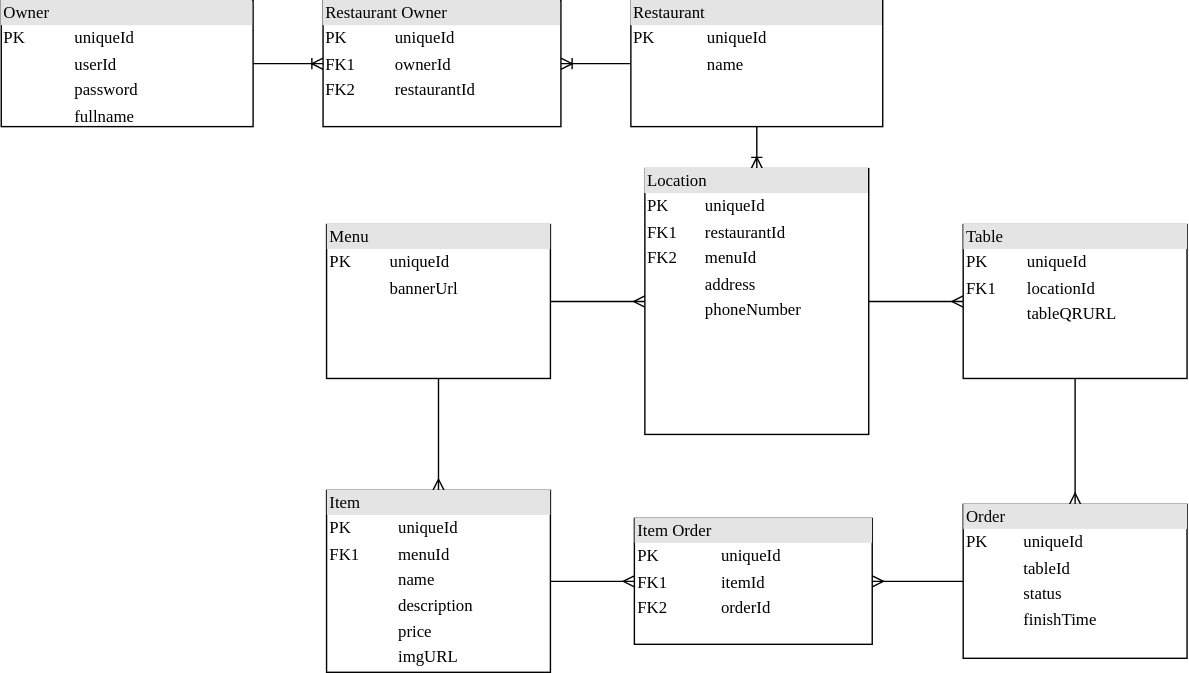
The draw.io diagram server/planning/DB_DIAGRAM.svg in julschong/restaurantMenuQR, before a commit. Source tidied: cells renumbered, new cells last; positions are measured from the earlier drawing's top-left corner, leaving out a move shared by most shapes. Source of this version:
```xml
<mxGraphModel>
  <root>
    <mxCell id="0" />
    <mxCell id="1" parent="0" />
    <mxCell id="2" style="edgeStyle=orthogonalEdgeStyle;rounded=0;jettySize=auto;html=1;entryX=0;entryY=0.5;entryDx=0;entryDy=0;endArrow=ERoneToMany;endFill=0;" parent="1" edge="1" source="3" target="4">
      <mxGeometry relative="1" as="geometry" />
    </mxCell>
    <mxCell id="3" value="&lt;div style=&quot;box-sizing: border-box ; width: 100% ; background: #e4e4e4 ; padding: 2px&quot;&gt;Owner&lt;/div&gt;&lt;table style=&quot;width: 100% ; font-size: 1em&quot; cellpadding=&quot;2&quot; cellspacing=&quot;0&quot;&gt;&lt;tbody&gt;&lt;tr&gt;&lt;td&gt;PK&lt;/td&gt;&lt;td&gt;uniqueId&lt;/td&gt;&lt;/tr&gt;&lt;tr&gt;&lt;td&gt;&lt;/td&gt;&lt;td&gt;userId&lt;br&gt;&lt;/td&gt;&lt;/tr&gt;&lt;tr&gt;&lt;td&gt;&lt;br&gt;&lt;/td&gt;&lt;td&gt;password&lt;br&gt;&lt;/td&gt;&lt;/tr&gt;&lt;tr&gt;&lt;td&gt;&lt;br&gt;&lt;/td&gt;&lt;td&gt;fullname&lt;br&gt;&lt;/td&gt;&lt;/tr&gt;&lt;/tbody&gt;&lt;/table&gt;" style="verticalAlign=top;align=left;overflow=fill;html=1;rounded=0;shadow=0;comic=0;labelBackgroundColor=none;strokeWidth=1;fontFamily=Verdana;fontSize=12;" parent="1" vertex="1">
      <mxGeometry width="180" height="90" as="geometry" />
    </mxCell>
    <mxCell id="4" value="&lt;div style=&quot;box-sizing: border-box ; width: 100% ; background: #e4e4e4 ; padding: 2px&quot;&gt;Restaurant Owner&lt;/div&gt;&lt;table style=&quot;width: 100% ; font-size: 1em&quot; cellpadding=&quot;2&quot; cellspacing=&quot;0&quot;&gt;&lt;tbody&gt;&lt;tr&gt;&lt;td&gt;PK&lt;/td&gt;&lt;td&gt;uniqueId&lt;/td&gt;&lt;/tr&gt;&lt;tr&gt;&lt;td&gt;FK1&lt;/td&gt;&lt;td&gt;ownerId&lt;/td&gt;&lt;/tr&gt;&lt;tr&gt;&lt;td&gt;FK2&lt;/td&gt;&lt;td&gt;restaurantId&lt;/td&gt;&lt;/tr&gt;&lt;/tbody&gt;&lt;/table&gt;" style="verticalAlign=top;align=left;overflow=fill;html=1;rounded=0;shadow=0;comic=0;labelBackgroundColor=none;strokeWidth=1;fontFamily=Verdana;fontSize=12;" parent="1" vertex="1">
      <mxGeometry x="230" width="170" height="90" as="geometry" />
    </mxCell>
    <mxCell id="5" style="edgeStyle=orthogonalEdgeStyle;rounded=0;jettySize=auto;html=1;entryX=1;entryY=0.5;entryDx=0;entryDy=0;endArrow=ERoneToMany;endFill=0;" parent="1" edge="1" source="7" target="4">
      <mxGeometry relative="1" as="geometry" />
    </mxCell>
    <mxCell id="6" style="edgeStyle=orthogonalEdgeStyle;rounded=0;jettySize=auto;html=1;entryX=0.5;entryY=0;entryDx=0;entryDy=0;startArrow=none;startFill=0;endArrow=ERoneToMany;endFill=0;" parent="1" edge="1" source="7" target="10">
      <mxGeometry relative="1" as="geometry" />
    </mxCell>
    <mxCell id="7" value="&lt;div style=&quot;box-sizing: border-box ; width: 100% ; background: #e4e4e4 ; padding: 2px&quot;&gt;Restaurant&lt;/div&gt;&lt;table style=&quot;width: 100% ; font-size: 1em&quot; cellpadding=&quot;2&quot; cellspacing=&quot;0&quot;&gt;&lt;tbody&gt;&lt;tr&gt;&lt;td&gt;PK&lt;/td&gt;&lt;td&gt;uniqueId&lt;/td&gt;&lt;/tr&gt;&lt;tr&gt;&lt;td&gt;&lt;br&gt;&lt;/td&gt;&lt;td&gt;name&lt;/td&gt;&lt;/tr&gt;&lt;/tbody&gt;&lt;/table&gt;" style="verticalAlign=top;align=left;overflow=fill;html=1;rounded=0;shadow=0;comic=0;labelBackgroundColor=none;strokeWidth=1;fontFamily=Verdana;fontSize=12;" parent="1" vertex="1">
      <mxGeometry x="450" width="180" height="90" as="geometry" />
    </mxCell>
    <mxCell id="8" style="edgeStyle=orthogonalEdgeStyle;rounded=0;jettySize=auto;html=1;entryX=1;entryY=0.5;entryDx=0;entryDy=0;startArrow=ERmany;startFill=0;endArrow=none;endFill=0;" parent="1" edge="1" source="10" target="12">
      <mxGeometry relative="1" as="geometry" />
    </mxCell>
    <mxCell id="9" style="edgeStyle=orthogonalEdgeStyle;rounded=0;jettySize=auto;html=1;entryX=0;entryY=0.5;entryDx=0;entryDy=0;startArrow=none;startFill=0;endArrow=ERmany;endFill=0;" parent="1" edge="1" source="10" target="16">
      <mxGeometry relative="1" as="geometry" />
    </mxCell>
    <mxCell id="10" value="&lt;div style=&quot;box-sizing: border-box ; width: 100% ; background: #e4e4e4 ; padding: 2px&quot;&gt;Location&lt;/div&gt;&lt;table style=&quot;width: 100% ; font-size: 1em&quot; cellpadding=&quot;2&quot; cellspacing=&quot;0&quot;&gt;&lt;tbody&gt;&lt;tr&gt;&lt;td&gt;PK&lt;/td&gt;&lt;td&gt;uniqueId&lt;/td&gt;&lt;/tr&gt;&lt;tr&gt;&lt;td&gt;FK1&lt;/td&gt;&lt;td&gt;restaurantId&lt;/td&gt;&lt;/tr&gt;&lt;tr&gt;&lt;td&gt;FK2&lt;/td&gt;&lt;td&gt;menuId&lt;/td&gt;&lt;/tr&gt;&lt;tr&gt;&lt;td&gt;&lt;br&gt;&lt;/td&gt;&lt;td&gt;address&lt;/td&gt;&lt;/tr&gt;&lt;tr&gt;&lt;td&gt;&lt;br&gt;&lt;/td&gt;&lt;td&gt;phoneNumber&lt;/td&gt;&lt;/tr&gt;&lt;/tbody&gt;&lt;/table&gt;" style="verticalAlign=top;align=left;overflow=fill;html=1;rounded=0;shadow=0;comic=0;labelBackgroundColor=none;strokeWidth=1;fontFamily=Verdana;fontSize=12;" parent="1" vertex="1">
      <mxGeometry x="460" y="120" width="160" height="190" as="geometry" />
    </mxCell>
    <mxCell id="11" style="edgeStyle=orthogonalEdgeStyle;rounded=0;jettySize=auto;html=1;endArrow=ERmany;endFill=0;entryX=0.5;entryY=0;entryDx=0;entryDy=0;" parent="1" edge="1" source="12" target="14">
      <mxGeometry relative="1" as="geometry" />
    </mxCell>
    <mxCell id="12" value="&lt;div style=&quot;box-sizing: border-box ; width: 100% ; background: #e4e4e4 ; padding: 2px&quot;&gt;Menu&lt;/div&gt;&lt;table style=&quot;width: 100% ; font-size: 1em&quot; cellpadding=&quot;2&quot; cellspacing=&quot;0&quot;&gt;&lt;tbody&gt;&lt;tr&gt;&lt;td&gt;PK&lt;/td&gt;&lt;td&gt;uniqueId&lt;/td&gt;&lt;/tr&gt;&lt;tr&gt;&lt;td&gt;&lt;br&gt;&lt;/td&gt;&lt;td&gt;bannerUrl&lt;/td&gt;&lt;/tr&gt;&lt;/tbody&gt;&lt;/table&gt;" style="verticalAlign=top;align=left;overflow=fill;html=1;rounded=0;shadow=0;comic=0;labelBackgroundColor=none;strokeWidth=1;fontFamily=Verdana;fontSize=12;" parent="1" vertex="1">
      <mxGeometry x="232.5" y="160" width="160" height="110" as="geometry" />
    </mxCell>
    <mxCell id="13" style="edgeStyle=orthogonalEdgeStyle;rounded=0;jettySize=auto;html=1;entryX=0;entryY=0.5;entryDx=0;entryDy=0;startArrow=none;startFill=0;endArrow=ERmany;endFill=0;" parent="1" edge="1" source="14" target="19">
      <mxGeometry relative="1" as="geometry" />
    </mxCell>
    <mxCell id="14" value="&lt;div style=&quot;box-sizing: border-box ; width: 100% ; background: #e4e4e4 ; padding: 2px&quot;&gt;Item&lt;/div&gt;&lt;table style=&quot;width: 100% ; font-size: 1em&quot; cellpadding=&quot;2&quot; cellspacing=&quot;0&quot;&gt;&lt;tbody&gt;&lt;tr&gt;&lt;td&gt;PK&lt;/td&gt;&lt;td&gt;uniqueId&lt;/td&gt;&lt;/tr&gt;&lt;tr&gt;&lt;td&gt;FK1&lt;/td&gt;&lt;td&gt;menuId&lt;/td&gt;&lt;/tr&gt;&lt;tr&gt;&lt;td&gt;&lt;br&gt;&lt;/td&gt;&lt;td&gt;name&lt;/td&gt;&lt;/tr&gt;&lt;tr&gt;&lt;td&gt;&lt;br&gt;&lt;/td&gt;&lt;td&gt;description&lt;/td&gt;&lt;/tr&gt;&lt;tr&gt;&lt;td&gt;&lt;br&gt;&lt;/td&gt;&lt;td&gt;price&lt;/td&gt;&lt;/tr&gt;&lt;tr&gt;&lt;td&gt;&lt;br&gt;&lt;/td&gt;&lt;td&gt;imgURL&lt;/td&gt;&lt;/tr&gt;&lt;/tbody&gt;&lt;/table&gt;" style="verticalAlign=top;align=left;overflow=fill;html=1;rounded=0;shadow=0;comic=0;labelBackgroundColor=none;strokeWidth=1;fontFamily=Verdana;fontSize=12;" parent="1" vertex="1">
      <mxGeometry x="232.5" y="350" width="160" height="130" as="geometry" />
    </mxCell>
    <mxCell id="15" style="edgeStyle=orthogonalEdgeStyle;rounded=0;jettySize=auto;html=1;entryX=0.5;entryY=0;entryDx=0;entryDy=0;startArrow=none;startFill=0;endArrow=ERmany;endFill=0;" parent="1" edge="1" source="16" target="18">
      <mxGeometry relative="1" as="geometry" />
    </mxCell>
    <mxCell id="16" value="&lt;div style=&quot;box-sizing: border-box ; width: 100% ; background: #e4e4e4 ; padding: 2px&quot;&gt;Table&lt;/div&gt;&lt;table style=&quot;width: 100% ; font-size: 1em&quot; cellpadding=&quot;2&quot; cellspacing=&quot;0&quot;&gt;&lt;tbody&gt;&lt;tr&gt;&lt;td&gt;PK&lt;/td&gt;&lt;td&gt;uniqueId&lt;/td&gt;&lt;/tr&gt;&lt;tr&gt;&lt;td&gt;FK1&lt;/td&gt;&lt;td&gt;locationId&lt;/td&gt;&lt;/tr&gt;&lt;tr&gt;&lt;td&gt;&lt;br&gt;&lt;/td&gt;&lt;td&gt;tableQRURL&lt;/td&gt;&lt;/tr&gt;&lt;/tbody&gt;&lt;/table&gt;" style="verticalAlign=top;align=left;overflow=fill;html=1;rounded=0;shadow=0;comic=0;labelBackgroundColor=none;strokeWidth=1;fontFamily=Verdana;fontSize=12;" parent="1" vertex="1">
      <mxGeometry x="687.5" y="160" width="160" height="110" as="geometry" />
    </mxCell>
    <mxCell id="17" style="edgeStyle=orthogonalEdgeStyle;rounded=0;jettySize=auto;html=1;entryX=1;entryY=0.5;entryDx=0;entryDy=0;startArrow=none;startFill=0;endArrow=ERmany;endFill=0;" parent="1" edge="1" source="18" target="19">
      <mxGeometry relative="1" as="geometry" />
    </mxCell>
    <mxCell id="18" value="&lt;div style=&quot;box-sizing: border-box ; width: 100% ; background: #e4e4e4 ; padding: 2px&quot;&gt;Order&lt;/div&gt;&lt;table style=&quot;width: 100% ; font-size: 1em&quot; cellpadding=&quot;2&quot; cellspacing=&quot;0&quot;&gt;&lt;tbody&gt;&lt;tr&gt;&lt;td&gt;PK&lt;/td&gt;&lt;td&gt;uniqueId&lt;/td&gt;&lt;/tr&gt;&lt;tr&gt;&lt;td&gt;&lt;br&gt;&lt;/td&gt;&lt;td&gt;tableId&lt;/td&gt;&lt;/tr&gt;&lt;tr&gt;&lt;td&gt;&lt;br&gt;&lt;/td&gt;&lt;td&gt;status&lt;/td&gt;&lt;/tr&gt;&lt;tr&gt;&lt;td&gt;&lt;br&gt;&lt;/td&gt;&lt;td&gt;finishTime&lt;/td&gt;&lt;/tr&gt;&lt;/tbody&gt;&lt;/table&gt;" style="verticalAlign=top;align=left;overflow=fill;html=1;rounded=0;shadow=0;comic=0;labelBackgroundColor=none;strokeWidth=1;fontFamily=Verdana;fontSize=12;" parent="1" vertex="1">
      <mxGeometry x="687.5" y="360" width="160" height="110" as="geometry" />
    </mxCell>
    <mxCell id="19" value="&lt;div style=&quot;box-sizing: border-box ; width: 100% ; background: #e4e4e4 ; padding: 2px&quot;&gt;Item Order&lt;/div&gt;&lt;table style=&quot;width: 100% ; font-size: 1em&quot; cellpadding=&quot;2&quot; cellspacing=&quot;0&quot;&gt;&lt;tbody&gt;&lt;tr&gt;&lt;td&gt;PK&lt;/td&gt;&lt;td&gt;uniqueId&lt;/td&gt;&lt;/tr&gt;&lt;tr&gt;&lt;td&gt;FK1&lt;/td&gt;&lt;td&gt;itemId&lt;/td&gt;&lt;/tr&gt;&lt;tr&gt;&lt;td&gt;FK2&lt;/td&gt;&lt;td&gt;orderId&lt;/td&gt;&lt;/tr&gt;&lt;/tbody&gt;&lt;/table&gt;" style="verticalAlign=top;align=left;overflow=fill;html=1;rounded=0;shadow=0;comic=0;labelBackgroundColor=none;strokeWidth=1;fontFamily=Verdana;fontSize=12;" parent="1" vertex="1">
      <mxGeometry x="452.5" y="370" width="170" height="90" as="geometry" />
    </mxCell>
  </root>
</mxGraphModel>
```
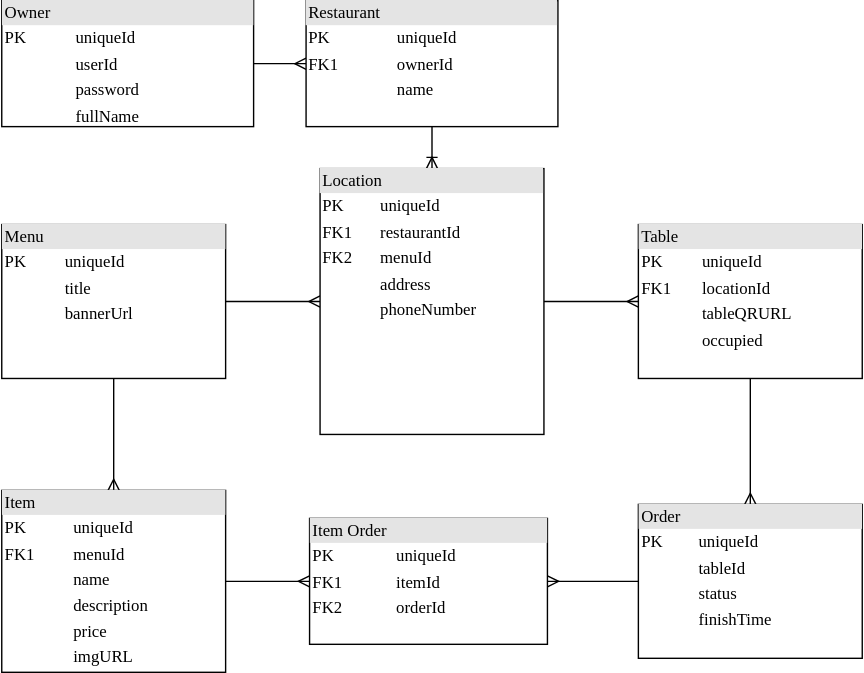
Above is the later version.

Diff of the diagram source:
```diff
@@ -2,22 +2,16 @@
   <root>
     <mxCell id="0" />
     <mxCell id="1" parent="0" />
-    <mxCell id="2" style="edgeStyle=orthogonalEdgeStyle;rounded=0;jettySize=auto;html=1;entryX=0;entryY=0.5;entryDx=0;entryDy=0;endArrow=ERoneToMany;endFill=0;" parent="1" edge="1" source="3" target="4">
+    <mxCell id="2" style="edgeStyle=orthogonalEdgeStyle;rounded=0;jettySize=auto;html=1;entryX=0;entryY=0.5;entryDx=0;entryDy=0;endArrow=ERmany;endFill=0;" parent="1" edge="1" source="3" target="7">
       <mxGeometry relative="1" as="geometry" />
     </mxCell>
-    <mxCell id="3" value="&lt;div style=&quot;box-sizing: border-box ; width: 100% ; background: #e4e4e4 ; padding: 2px&quot;&gt;Owner&lt;/div&gt;&lt;table style=&quot;width: 100% ; font-size: 1em&quot; cellpadding=&quot;2&quot; cellspacing=&quot;0&quot;&gt;&lt;tbody&gt;&lt;tr&gt;&lt;td&gt;PK&lt;/td&gt;&lt;td&gt;uniqueId&lt;/td&gt;&lt;/tr&gt;&lt;tr&gt;&lt;td&gt;&lt;/td&gt;&lt;td&gt;userId&lt;br&gt;&lt;/td&gt;&lt;/tr&gt;&lt;tr&gt;&lt;td&gt;&lt;br&gt;&lt;/td&gt;&lt;td&gt;password&lt;br&gt;&lt;/td&gt;&lt;/tr&gt;&lt;tr&gt;&lt;td&gt;&lt;br&gt;&lt;/td&gt;&lt;td&gt;fullname&lt;br&gt;&lt;/td&gt;&lt;/tr&gt;&lt;/tbody&gt;&lt;/table&gt;" style="verticalAlign=top;align=left;overflow=fill;html=1;rounded=0;shadow=0;comic=0;labelBackgroundColor=none;strokeWidth=1;fontFamily=Verdana;fontSize=12;" parent="1" vertex="1">
-      <mxGeometry width="180" height="90" as="geometry" />
+    <mxCell id="3" value="&lt;div style=&quot;box-sizing: border-box ; width: 100% ; background: #e4e4e4 ; padding: 2px&quot;&gt;Owner&lt;/div&gt;&lt;table style=&quot;width: 100% ; font-size: 1em&quot; cellpadding=&quot;2&quot; cellspacing=&quot;0&quot;&gt;&lt;tbody&gt;&lt;tr&gt;&lt;td&gt;PK&lt;/td&gt;&lt;td&gt;uniqueId&lt;/td&gt;&lt;/tr&gt;&lt;tr&gt;&lt;td&gt;&lt;/td&gt;&lt;td&gt;userId&lt;br&gt;&lt;/td&gt;&lt;/tr&gt;&lt;tr&gt;&lt;td&gt;&lt;br&gt;&lt;/td&gt;&lt;td&gt;password&lt;br&gt;&lt;/td&gt;&lt;/tr&gt;&lt;tr&gt;&lt;td&gt;&lt;br&gt;&lt;/td&gt;&lt;td&gt;fullName&lt;br&gt;&lt;/td&gt;&lt;/tr&gt;&lt;/tbody&gt;&lt;/table&gt;" style="verticalAlign=top;align=left;overflow=fill;html=1;rounded=0;shadow=0;comic=0;labelBackgroundColor=none;strokeWidth=1;fontFamily=Verdana;fontSize=12;" parent="1" vertex="1">
+      <mxGeometry x="232.5" width="180" height="90" as="geometry" />
     </mxCell>
-    <mxCell id="4" value="&lt;div style=&quot;box-sizing: border-box ; width: 100% ; background: #e4e4e4 ; padding: 2px&quot;&gt;Restaurant Owner&lt;/div&gt;&lt;table style=&quot;width: 100% ; font-size: 1em&quot; cellpadding=&quot;2&quot; cellspacing=&quot;0&quot;&gt;&lt;tbody&gt;&lt;tr&gt;&lt;td&gt;PK&lt;/td&gt;&lt;td&gt;uniqueId&lt;/td&gt;&lt;/tr&gt;&lt;tr&gt;&lt;td&gt;FK1&lt;/td&gt;&lt;td&gt;ownerId&lt;/td&gt;&lt;/tr&gt;&lt;tr&gt;&lt;td&gt;FK2&lt;/td&gt;&lt;td&gt;restaurantId&lt;/td&gt;&lt;/tr&gt;&lt;/tbody&gt;&lt;/table&gt;" style="verticalAlign=top;align=left;overflow=fill;html=1;rounded=0;shadow=0;comic=0;labelBackgroundColor=none;strokeWidth=1;fontFamily=Verdana;fontSize=12;" parent="1" vertex="1">
-      <mxGeometry x="230" width="170" height="90" as="geometry" />
-    </mxCell>
-    <mxCell id="5" style="edgeStyle=orthogonalEdgeStyle;rounded=0;jettySize=auto;html=1;entryX=1;entryY=0.5;entryDx=0;entryDy=0;endArrow=ERoneToMany;endFill=0;" parent="1" edge="1" source="7" target="4">
-      <mxGeometry relative="1" as="geometry" />
-    </mxCell>
     <mxCell id="6" style="edgeStyle=orthogonalEdgeStyle;rounded=0;jettySize=auto;html=1;entryX=0.5;entryY=0;entryDx=0;entryDy=0;startArrow=none;startFill=0;endArrow=ERoneToMany;endFill=0;" parent="1" edge="1" source="7" target="10">
       <mxGeometry relative="1" as="geometry" />
     </mxCell>
-    <mxCell id="7" value="&lt;div style=&quot;box-sizing: border-box ; width: 100% ; background: #e4e4e4 ; padding: 2px&quot;&gt;Restaurant&lt;/div&gt;&lt;table style=&quot;width: 100% ; font-size: 1em&quot; cellpadding=&quot;2&quot; cellspacing=&quot;0&quot;&gt;&lt;tbody&gt;&lt;tr&gt;&lt;td&gt;PK&lt;/td&gt;&lt;td&gt;uniqueId&lt;/td&gt;&lt;/tr&gt;&lt;tr&gt;&lt;td&gt;&lt;br&gt;&lt;/td&gt;&lt;td&gt;name&lt;/td&gt;&lt;/tr&gt;&lt;/tbody&gt;&lt;/table&gt;" style="verticalAlign=top;align=left;overflow=fill;html=1;rounded=0;shadow=0;comic=0;labelBackgroundColor=none;strokeWidth=1;fontFamily=Verdana;fontSize=12;" parent="1" vertex="1">
+    <mxCell id="7" value="&lt;div style=&quot;box-sizing: border-box ; width: 100% ; background: #e4e4e4 ; padding: 2px&quot;&gt;Restaurant&lt;/div&gt;&lt;table style=&quot;width: 100% ; font-size: 1em&quot; cellpadding=&quot;2&quot; cellspacing=&quot;0&quot;&gt;&lt;tbody&gt;&lt;tr&gt;&lt;td&gt;PK&lt;/td&gt;&lt;td&gt;uniqueId&lt;/td&gt;&lt;/tr&gt;&lt;tr&gt;&lt;td&gt;FK1&lt;/td&gt;&lt;td&gt;ownerId&lt;/td&gt;&lt;/tr&gt;&lt;tr&gt;&lt;td&gt;&lt;br&gt;&lt;/td&gt;&lt;td&gt;name&lt;/td&gt;&lt;/tr&gt;&lt;/tbody&gt;&lt;/table&gt;" style="verticalAlign=top;align=left;overflow=fill;html=1;rounded=0;shadow=0;comic=0;labelBackgroundColor=none;strokeWidth=1;fontFamily=Verdana;fontSize=12;" parent="1" vertex="1">
       <mxGeometry x="450" width="180" height="90" as="geometry" />
     </mxCell>
     <mxCell id="8" style="edgeStyle=orthogonalEdgeStyle;rounded=0;jettySize=auto;html=1;entryX=1;entryY=0.5;entryDx=0;entryDy=0;startArrow=ERmany;startFill=0;endArrow=none;endFill=0;" parent="1" edge="1" source="10" target="12">
@@ -32,7 +26,7 @@
     <mxCell id="11" style="edgeStyle=orthogonalEdgeStyle;rounded=0;jettySize=auto;html=1;endArrow=ERmany;endFill=0;entryX=0.5;entryY=0;entryDx=0;entryDy=0;" parent="1" edge="1" source="12" target="14">
       <mxGeometry relative="1" as="geometry" />
     </mxCell>
-    <mxCell id="12" value="&lt;div style=&quot;box-sizing: border-box ; width: 100% ; background: #e4e4e4 ; padding: 2px&quot;&gt;Menu&lt;/div&gt;&lt;table style=&quot;width: 100% ; font-size: 1em&quot; cellpadding=&quot;2&quot; cellspacing=&quot;0&quot;&gt;&lt;tbody&gt;&lt;tr&gt;&lt;td&gt;PK&lt;/td&gt;&lt;td&gt;uniqueId&lt;/td&gt;&lt;/tr&gt;&lt;tr&gt;&lt;td&gt;&lt;br&gt;&lt;/td&gt;&lt;td&gt;bannerUrl&lt;/td&gt;&lt;/tr&gt;&lt;/tbody&gt;&lt;/table&gt;" style="verticalAlign=top;align=left;overflow=fill;html=1;rounded=0;shadow=0;comic=0;labelBackgroundColor=none;strokeWidth=1;fontFamily=Verdana;fontSize=12;" parent="1" vertex="1">
+    <mxCell id="12" value="&lt;div style=&quot;box-sizing: border-box ; width: 100% ; background: #e4e4e4 ; padding: 2px&quot;&gt;Menu&lt;/div&gt;&lt;table style=&quot;width: 100% ; font-size: 1em&quot; cellpadding=&quot;2&quot; cellspacing=&quot;0&quot;&gt;&lt;tbody&gt;&lt;tr&gt;&lt;td&gt;PK&lt;/td&gt;&lt;td&gt;uniqueId&lt;/td&gt;&lt;/tr&gt;&lt;tr&gt;&lt;td&gt;&lt;br&gt;&lt;/td&gt;&lt;td&gt;title&lt;/td&gt;&lt;/tr&gt;&lt;tr&gt;&lt;td&gt;&lt;br&gt;&lt;/td&gt;&lt;td&gt;bannerUrl&lt;/td&gt;&lt;/tr&gt;&lt;tr&gt;&lt;td&gt;&lt;br&gt;&lt;/td&gt;&lt;td&gt;&lt;br&gt;&lt;/td&gt;&lt;/tr&gt;&lt;/tbody&gt;&lt;/table&gt;" style="verticalAlign=top;align=left;overflow=fill;html=1;rounded=0;shadow=0;comic=0;labelBackgroundColor=none;strokeWidth=1;fontFamily=Verdana;fontSize=12;" parent="1" vertex="1">
       <mxGeometry x="232.5" y="160" width="160" height="110" as="geometry" />
     </mxCell>
     <mxCell id="13" style="edgeStyle=orthogonalEdgeStyle;rounded=0;jettySize=auto;html=1;entryX=0;entryY=0.5;entryDx=0;entryDy=0;startArrow=none;startFill=0;endArrow=ERmany;endFill=0;" parent="1" edge="1" source="14" target="19">
@@ -44,7 +38,7 @@
     <mxCell id="15" style="edgeStyle=orthogonalEdgeStyle;rounded=0;jettySize=auto;html=1;entryX=0.5;entryY=0;entryDx=0;entryDy=0;startArrow=none;startFill=0;endArrow=ERmany;endFill=0;" parent="1" edge="1" source="16" target="18">
       <mxGeometry relative="1" as="geometry" />
     </mxCell>
-    <mxCell id="16" value="&lt;div style=&quot;box-sizing: border-box ; width: 100% ; background: #e4e4e4 ; padding: 2px&quot;&gt;Table&lt;/div&gt;&lt;table style=&quot;width: 100% ; font-size: 1em&quot; cellpadding=&quot;2&quot; cellspacing=&quot;0&quot;&gt;&lt;tbody&gt;&lt;tr&gt;&lt;td&gt;PK&lt;/td&gt;&lt;td&gt;uniqueId&lt;/td&gt;&lt;/tr&gt;&lt;tr&gt;&lt;td&gt;FK1&lt;/td&gt;&lt;td&gt;locationId&lt;/td&gt;&lt;/tr&gt;&lt;tr&gt;&lt;td&gt;&lt;br&gt;&lt;/td&gt;&lt;td&gt;tableQRURL&lt;/td&gt;&lt;/tr&gt;&lt;/tbody&gt;&lt;/table&gt;" style="verticalAlign=top;align=left;overflow=fill;html=1;rounded=0;shadow=0;comic=0;labelBackgroundColor=none;strokeWidth=1;fontFamily=Verdana;fontSize=12;" parent="1" vertex="1">
+    <mxCell id="16" value="&lt;div style=&quot;box-sizing: border-box ; width: 100% ; background: #e4e4e4 ; padding: 2px&quot;&gt;Table&lt;/div&gt;&lt;table style=&quot;width: 100% ; font-size: 1em&quot; cellpadding=&quot;2&quot; cellspacing=&quot;0&quot;&gt;&lt;tbody&gt;&lt;tr&gt;&lt;td&gt;PK&lt;/td&gt;&lt;td&gt;uniqueId&lt;/td&gt;&lt;/tr&gt;&lt;tr&gt;&lt;td&gt;FK1&lt;/td&gt;&lt;td&gt;locationId&lt;/td&gt;&lt;/tr&gt;&lt;tr&gt;&lt;td&gt;&lt;br&gt;&lt;/td&gt;&lt;td&gt;tableQRURL&lt;br&gt;&lt;/td&gt;&lt;/tr&gt;&lt;tr&gt;&lt;td&gt;&lt;br&gt;&lt;/td&gt;&lt;td&gt;occupied&lt;/td&gt;&lt;/tr&gt;&lt;/tbody&gt;&lt;/table&gt;" style="verticalAlign=top;align=left;overflow=fill;html=1;rounded=0;shadow=0;comic=0;labelBackgroundColor=none;strokeWidth=1;fontFamily=Verdana;fontSize=12;" parent="1" vertex="1">
       <mxGeometry x="687.5" y="160" width="160" height="110" as="geometry" />
     </mxCell>
     <mxCell id="17" style="edgeStyle=orthogonalEdgeStyle;rounded=0;jettySize=auto;html=1;entryX=1;entryY=0.5;entryDx=0;entryDy=0;startArrow=none;startFill=0;endArrow=ERmany;endFill=0;" parent="1" edge="1" source="18" target="19">
```
